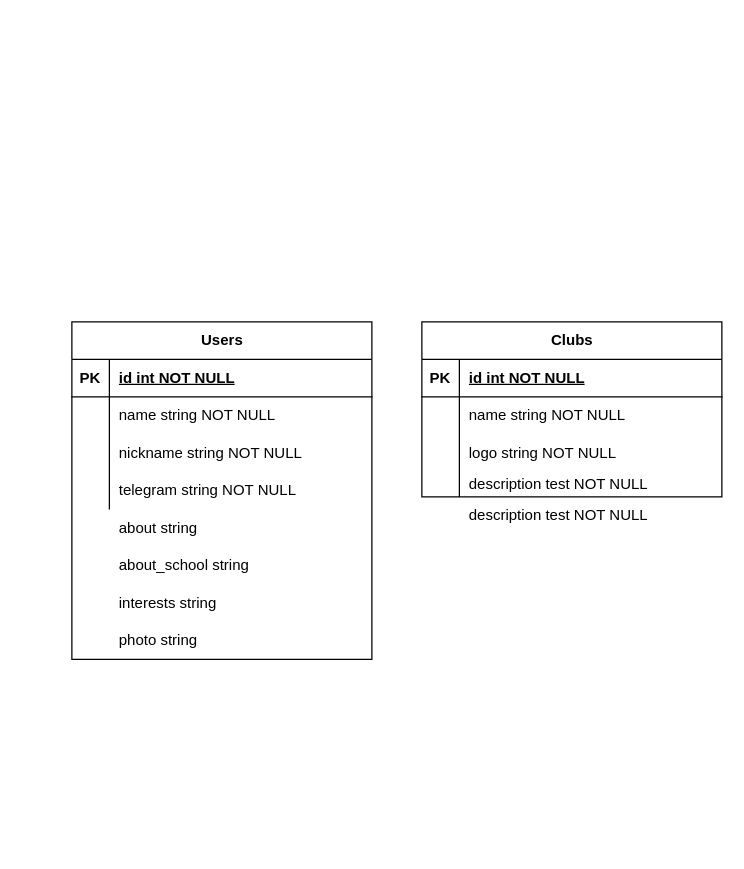
Above: Диаграмма без названия.drawio in mrsemyon/clubs (draw.io), before the change. Source tidied: cells renumbered, new cells numbered last; positions are measured from the earlier drawing's top-left corner, leaving out a move shared by most shapes. Both pictures are drawn from the tidied source at 125%, with x=0, y=0 at pixel (71, 321).
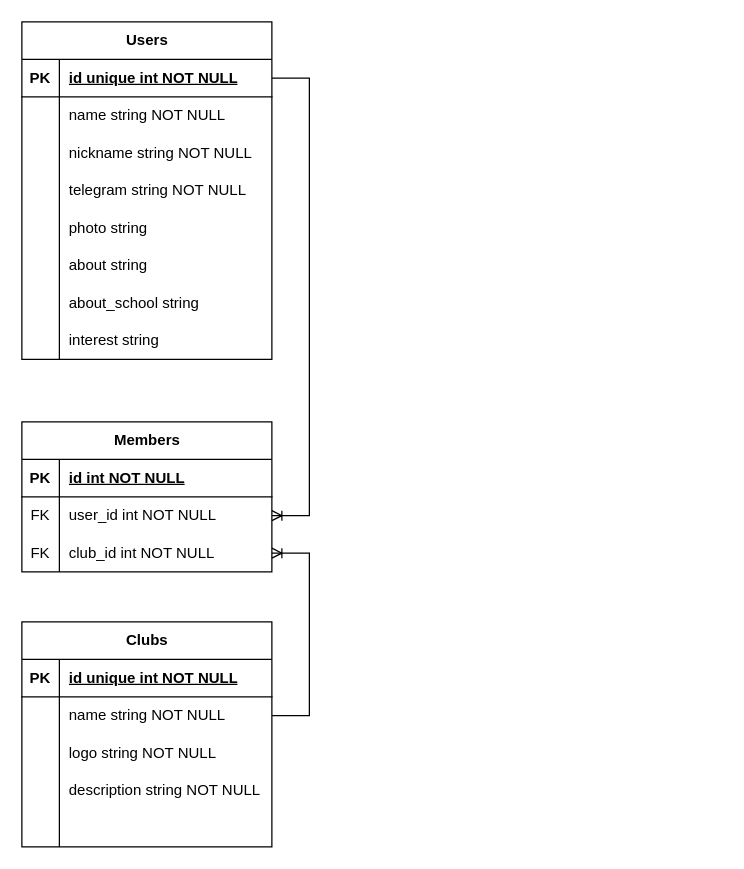
Above is the later version.

Commit message:
added table members

What changed in the source:
```diff
@@
     <mxCell id="2" value="Users" style="shape=table;startSize=30;childLayout=tableLayout;rowLines=0;fontStyle=1;align=center;html=1;" parent="1" vertex="1">
-      <mxGeometry width="240" height="270" as="geometry" />
+      <mxGeometry x="-40" y="-240" width="200" height="270" as="geometry" />
     </mxCell>
     <mxCell id="3" style="shape=tableRow;horizontal=0;startSize=0;swimlaneHead=0;swimlaneBody=0;fillColor=none;points=[[0,0.5],[1,0.5]];portConstraint=eastwest;top=0;left=0;right=0;bottom=1;" parent="2" vertex="1">
-      <mxGeometry y="30" width="240" height="30" as="geometry" />
+      <mxGeometry y="30" width="200" height="30" as="geometry" />
     </mxCell>
@@
-    <mxCell id="5" value="id int NOT NULL" style="shape=partialRectangle;fillColor=none;top=0;left=0;bottom=0;right=0;align=left;spacingLeft=6;fontStyle=5;overflow=hidden;whiteSpace=wrap;html=1;" parent="3" vertex="1">
-      <mxGeometry x="30" width="210" height="30" as="geometry" />
+    <mxCell id="5" value="id unique int NOT NULL" style="shape=partialRectangle;fillColor=none;top=0;left=0;bottom=0;right=0;align=left;spacingLeft=6;fontStyle=5;overflow=hidden;whiteSpace=wrap;html=1;" parent="3" vertex="1">
+      <mxGeometry x="30" width="170" height="30" as="geometry" />
     </mxCell>
     <mxCell id="6" style="shape=tableRow;horizontal=0;startSize=0;swimlaneHead=0;swimlaneBody=0;fillColor=none;top=0;left=0;right=0;bottom=0;" parent="2" vertex="1">
-      <mxGeometry y="60" width="240" height="30" as="geometry" />
+      <mxGeometry y="60" width="200" height="30" as="geometry" />
     </mxCell>
@@
     <mxCell id="8" value="name string NOT NULL" style="shape=partialRectangle;fillColor=none;top=0;left=0;bottom=0;right=0;align=left;spacingLeft=6;overflow=hidden;whiteSpace=wrap;html=1;" parent="6" vertex="1">
-      <mxGeometry x="30" width="210" height="30" as="geometry" />
+      <mxGeometry x="30" width="170" height="30" as="geometry" />
     </mxCell>
     <mxCell id="9" style="shape=tableRow;horizontal=0;startSize=0;swimlaneHead=0;swimlaneBody=0;fillColor=none;top=0;left=0;right=0;bottom=0;" parent="2" vertex="1">
-      <mxGeometry y="90" width="240" height="30" as="geometry" />
+      <mxGeometry y="90" width="200" height="30" as="geometry" />
     </mxCell>
@@
     <mxCell id="11" value="nickname string NOT NULL" style="shape=partialRectangle;fillColor=none;top=0;left=0;bottom=0;right=0;align=left;spacingLeft=6;overflow=hidden;whiteSpace=wrap;html=1;" parent="9" vertex="1">
-      <mxGeometry x="30" width="210" height="30" as="geometry" />
+      <mxGeometry x="30" width="170" height="30" as="geometry" />
     </mxCell>
     <mxCell id="12" style="shape=tableRow;horizontal=0;startSize=0;swimlaneHead=0;swimlaneBody=0;fillColor=none;top=0;left=0;right=0;bottom=0;" parent="2" vertex="1">
-      <mxGeometry y="120" width="240" height="30" as="geometry" />
+      <mxGeometry y="120" width="200" height="30" as="geometry" />
     </mxCell>
@@
     <mxCell id="14" value="telegram string NOT NULL" style="shape=partialRectangle;fillColor=none;top=0;left=0;bottom=0;right=0;align=left;spacingLeft=6;overflow=hidden;whiteSpace=wrap;html=1;" parent="12" vertex="1">
-      <mxGeometry x="30" width="210" height="30" as="geometry" />
+      <mxGeometry x="30" width="170" height="30" as="geometry" />
     </mxCell>
+    <mxCell id="33" style="shape=tableRow;horizontal=0;startSize=0;swimlaneHead=0;swimlaneBody=0;fillColor=none;top=0;left=0;right=0;bottom=0;" parent="2" vertex="1">
+      <mxGeometry y="150" width="200" height="30" as="geometry" />
+    </mxCell>
+    <mxCell id="34" style="shape=partialRectangle;fillColor=none;top=0;left=0;bottom=0;right=0;overflow=hidden;whiteSpace=wrap;html=1;" parent="33" vertex="1">
+      <mxGeometry width="30" height="30" as="geometry" />
+    </mxCell>
+    <mxCell id="31" value="photo string" style="shape=partialRectangle;fillColor=none;top=0;left=0;bottom=0;right=0;align=left;spacingLeft=6;overflow=hidden;whiteSpace=wrap;html=1;" parent="33" vertex="1">
+      <mxGeometry x="30" width="170" height="30" as="geometry" />
+    </mxCell>
+    <mxCell id="35" style="shape=tableRow;horizontal=0;startSize=0;swimlaneHead=0;swimlaneBody=0;fillColor=none;top=0;left=0;right=0;bottom=0;" parent="2" vertex="1">
+      <mxGeometry y="180" width="200" height="30" as="geometry" />
+    </mxCell>
+    <mxCell id="36" style="shape=partialRectangle;fillColor=none;top=0;left=0;bottom=0;right=0;overflow=hidden;whiteSpace=wrap;html=1;" parent="35" vertex="1">
+      <mxGeometry width="30" height="30" as="geometry" />
+    </mxCell>
+    <mxCell id="28" value="about string" style="shape=partialRectangle;fillColor=none;top=0;left=0;bottom=0;right=0;align=left;spacingLeft=6;overflow=hidden;whiteSpace=wrap;html=1;" parent="35" vertex="1">
+      <mxGeometry x="30" width="170" height="30" as="geometry" />
+    </mxCell>
+    <mxCell id="37" style="shape=tableRow;horizontal=0;startSize=0;swimlaneHead=0;swimlaneBody=0;fillColor=none;top=0;left=0;right=0;bottom=0;" parent="2" vertex="1">
+      <mxGeometry y="210" width="200" height="30" as="geometry" />
+    </mxCell>
+    <mxCell id="38" style="shape=partialRectangle;fillColor=none;top=0;left=0;bottom=0;right=0;overflow=hidden;whiteSpace=wrap;html=1;" parent="37" vertex="1">
+      <mxGeometry width="30" height="30" as="geometry" />
+    </mxCell>
+    <mxCell id="29" value="about_school string" style="shape=partialRectangle;fillColor=none;top=0;left=0;bottom=0;right=0;align=left;spacingLeft=6;overflow=hidden;whiteSpace=wrap;html=1;" parent="37" vertex="1">
+      <mxGeometry x="30" width="170" height="30" as="geometry" />
+    </mxCell>
+    <mxCell id="39" style="shape=tableRow;horizontal=0;startSize=0;swimlaneHead=0;swimlaneBody=0;fillColor=none;top=0;left=0;right=0;bottom=0;" parent="2" vertex="1">
+      <mxGeometry y="240" width="200" height="30" as="geometry" />
+    </mxCell>
+    <mxCell id="40" style="shape=partialRectangle;fillColor=none;top=0;left=0;bottom=0;right=0;overflow=hidden;whiteSpace=wrap;html=1;" parent="39" vertex="1">
+      <mxGeometry width="30" height="30" as="geometry" />
+    </mxCell>
+    <mxCell id="41" value="interest string" style="shape=partialRectangle;fillColor=none;top=0;left=0;bottom=0;right=0;align=left;spacingLeft=6;overflow=hidden;whiteSpace=wrap;html=1;" parent="39" vertex="1">
+      <mxGeometry x="30" width="170" height="30" as="geometry" />
+    </mxCell>
     <mxCell id="15" value="Clubs" style="shape=table;startSize=30;childLayout=tableLayout;rowLines=0;fontStyle=1;align=center;html=1;" parent="1" vertex="1">
-      <mxGeometry x="280" width="240" height="140" as="geometry" />
+      <mxGeometry x="-40" y="240" width="200" height="180" as="geometry" />
     </mxCell>
     <mxCell id="16" style="shape=tableRow;horizontal=0;startSize=0;swimlaneHead=0;swimlaneBody=0;fillColor=none;top=0;left=0;right=0;bottom=1;" parent="15" vertex="1">
-      <mxGeometry y="30" width="240" height="30" as="geometry" />
+      <mxGeometry y="30" width="200" height="30" as="geometry" />
     </mxCell>
@@
-    <mxCell id="18" value="id int NOT NULL" style="shape=partialRectangle;fillColor=none;top=0;left=0;bottom=0;right=0;align=left;spacingLeft=6;fontStyle=5;overflow=hidden;whiteSpace=wrap;html=1;" parent="16" vertex="1">
-      <mxGeometry x="30" width="210" height="30" as="geometry" />
+    <mxCell id="18" value="id unique int NOT NULL" style="shape=partialRectangle;fillColor=none;top=0;left=0;bottom=0;right=0;align=left;spacingLeft=6;fontStyle=5;overflow=hidden;whiteSpace=wrap;html=1;" parent="16" vertex="1">
+      <mxGeometry x="30" width="170" height="30" as="geometry" />
     </mxCell>
     <mxCell id="19" style="shape=tableRow;horizontal=0;startSize=0;swimlaneHead=0;swimlaneBody=0;fillColor=none;points=[[0,0.5],[1,0.5]];portConstraint=eastwest;top=0;left=0;right=0;bottom=0;" parent="15" vertex="1">
-      <mxGeometry y="60" width="240" height="30" as="geometry" />
+      <mxGeometry y="60" width="200" height="30" as="geometry" />
     </mxCell>
@@
     <mxCell id="21" value="name string NOT NULL" style="shape=partialRectangle;fillColor=none;top=0;left=0;bottom=0;right=0;align=left;spacingLeft=6;overflow=hidden;whiteSpace=wrap;html=1;" parent="19" vertex="1">
-      <mxGeometry x="30" width="210" height="30" as="geometry" />
+      <mxGeometry x="30" width="170" height="30" as="geometry" />
     </mxCell>
     <mxCell id="22" style="shape=tableRow;horizontal=0;startSize=0;swimlaneHead=0;swimlaneBody=0;fillColor=none;top=0;left=0;right=0;bottom=0;" parent="15" vertex="1">
-      <mxGeometry y="90" width="240" height="30" as="geometry" />
+      <mxGeometry y="90" width="200" height="30" as="geometry" />
     </mxCell>
@@
     <mxCell id="24" value="logo string NOT NULL" style="shape=partialRectangle;fillColor=none;top=0;left=0;bottom=0;right=0;align=left;spacingLeft=6;overflow=hidden;whiteSpace=wrap;html=1;" parent="22" vertex="1">
-      <mxGeometry x="30" width="210" height="30" as="geometry" />
+      <mxGeometry x="30" width="170" height="30" as="geometry" />
     </mxCell>
     <mxCell id="25" style="shape=tableRow;horizontal=0;startSize=0;swimlaneHead=0;swimlaneBody=0;fillColor=none;top=0;left=0;right=0;bottom=0;" parent="15" vertex="1">
-      <mxGeometry y="120" width="240" height="20" as="geometry" />
+      <mxGeometry y="120" width="200" height="30" as="geometry" />
     </mxCell>
     <mxCell id="26" style="shape=partialRectangle;fillColor=none;top=0;left=0;bottom=0;right=0;overflow=hidden;whiteSpace=wrap;html=1;" parent="25" vertex="1">
-      <mxGeometry width="30" height="20" as="geometry" />
+      <mxGeometry width="30" height="30" as="geometry" />
     </mxCell>
-    <mxCell id="27" value="description test NOT NULL" style="shape=partialRectangle;fillColor=none;top=0;left=0;bottom=0;right=0;align=left;spacingLeft=6;overflow=hidden;whiteSpace=wrap;html=1;" parent="25" vertex="1">
-      <mxGeometry x="30" width="210" height="20" as="geometry" />
+    <mxCell id="27" value="description string NOT NULL" style="shape=partialRectangle;fillColor=none;top=0;left=0;bottom=0;right=0;align=left;spacingLeft=6;overflow=hidden;whiteSpace=wrap;html=1;" parent="25" vertex="1">
+      <mxGeometry x="30" width="170" height="30" as="geometry" />
     </mxCell>
-    <mxCell id="28" value="about string" style="shape=partialRectangle;fillColor=none;top=0;left=0;bottom=0;right=0;align=left;spacingLeft=6;overflow=hidden;whiteSpace=wrap;html=1;" parent="1" vertex="1">
-      <mxGeometry x="30" y="150" width="210" height="30" as="geometry" />
-    </mxCell>
-    <mxCell id="29" value="about_school string" style="shape=partialRectangle;fillColor=none;top=0;left=0;bottom=0;right=0;align=left;spacingLeft=6;overflow=hidden;whiteSpace=wrap;html=1;" parent="1" vertex="1">
-      <mxGeometry x="30" y="180" width="210" height="30" as="geometry" />
-    </mxCell>
-    <mxCell id="30" value="interests string" style="shape=partialRectangle;fillColor=none;top=0;left=0;bottom=0;right=0;align=left;spacingLeft=6;overflow=hidden;whiteSpace=wrap;html=1;" parent="1" vertex="1">
-      <mxGeometry x="30" y="210" width="210" height="30" as="geometry" />
-    </mxCell>
-    <mxCell id="31" value="photo string" style="shape=partialRectangle;fillColor=none;top=0;left=0;bottom=0;right=0;align=left;spacingLeft=6;overflow=hidden;whiteSpace=wrap;html=1;" parent="1" vertex="1">
-      <mxGeometry x="30" y="240" width="210" height="30" as="geometry" />
-    </mxCell>
-    <mxCell id="32" value="description test NOT NULL" style="shape=partialRectangle;fillColor=none;top=0;left=0;bottom=0;right=0;align=left;spacingLeft=6;overflow=hidden;whiteSpace=wrap;html=1;" parent="1" vertex="1">
-      <mxGeometry x="310" y="140" width="210" height="30" as="geometry" />
-    </mxCell>
+    <mxCell id="42" style="shape=tableRow;horizontal=0;startSize=0;swimlaneHead=0;swimlaneBody=0;fillColor=none;top=0;left=0;right=0;bottom=0;" parent="15" vertex="1">
+      <mxGeometry y="150" width="200" height="30" as="geometry" />
+    </mxCell>
+    <mxCell id="43" style="shape=partialRectangle;fillColor=none;top=0;left=0;bottom=0;right=0;overflow=hidden;whiteSpace=wrap;html=1;" parent="42" vertex="1">
+      <mxGeometry width="30" height="30" as="geometry" />
+    </mxCell>
+    <mxCell id="44" style="shape=partialRectangle;fillColor=none;top=0;left=0;bottom=0;right=0;align=left;spacingLeft=6;overflow=hidden;whiteSpace=wrap;html=1;" parent="42" vertex="1">
+      <mxGeometry x="30" width="170" height="30" as="geometry" />
+    </mxCell>
+    <mxCell id="45" value="Members" style="shape=table;startSize=30;childLayout=tableLayout;rowLines=0;fontStyle=1;align=center;html=1;" parent="1" vertex="1">
+      <mxGeometry x="-40" y="80" width="200" height="120" as="geometry" />
+    </mxCell>
+    <mxCell id="46" style="shape=tableRow;horizontal=0;startSize=0;swimlaneHead=0;swimlaneBody=0;fillColor=none;top=0;left=0;right=0;bottom=1;" parent="45" vertex="1">
+      <mxGeometry y="30" width="200" height="30" as="geometry" />
+    </mxCell>
+    <mxCell id="47" value="PK" style="shape=partialRectangle;fillColor=none;top=0;left=0;bottom=0;right=0;fontStyle=1;overflow=hidden;whiteSpace=wrap;html=1;" parent="46" vertex="1">
+      <mxGeometry width="30" height="30" as="geometry" />
+    </mxCell>
+    <mxCell id="48" value="id int NOT NULL" style="shape=partialRectangle;fillColor=none;top=0;left=0;bottom=0;right=0;align=left;spacingLeft=6;fontStyle=5;overflow=hidden;whiteSpace=wrap;html=1;" parent="46" vertex="1">
+      <mxGeometry x="30" width="170" height="30" as="geometry" />
+    </mxCell>
+    <mxCell id="49" style="shape=tableRow;horizontal=0;startSize=0;swimlaneHead=0;swimlaneBody=0;fillColor=none;points=[[0,0.5],[1,0.5]];portConstraint=eastwest;top=0;left=0;right=0;bottom=0;" parent="45" vertex="1">
+      <mxGeometry y="60" width="200" height="30" as="geometry" />
+    </mxCell>
+    <mxCell id="50" value="FK" style="shape=partialRectangle;fillColor=none;top=0;left=0;bottom=0;right=0;overflow=hidden;whiteSpace=wrap;html=1;" parent="49" vertex="1">
+      <mxGeometry width="30" height="30" as="geometry" />
+    </mxCell>
+    <mxCell id="51" value="user_id int NOT NULL" style="shape=partialRectangle;fillColor=none;top=0;left=0;bottom=0;right=0;align=left;spacingLeft=6;overflow=hidden;whiteSpace=wrap;html=1;" parent="49" vertex="1">
+      <mxGeometry x="30" width="170" height="30" as="geometry" />
+    </mxCell>
+    <mxCell id="52" style="shape=tableRow;horizontal=0;startSize=0;swimlaneHead=0;swimlaneBody=0;fillColor=none;points=[[0,0.5],[1,0.5]];portConstraint=eastwest;top=0;left=0;right=0;bottom=0;" parent="45" vertex="1">
+      <mxGeometry y="90" width="200" height="30" as="geometry" />
+    </mxCell>
+    <mxCell id="53" value="FK" style="shape=partialRectangle;fillColor=none;top=0;left=0;bottom=0;right=0;overflow=hidden;whiteSpace=wrap;html=1;" parent="52" vertex="1">
+      <mxGeometry width="30" height="30" as="geometry" />
+    </mxCell>
+    <mxCell id="54" value="club_id int NOT NULL" style="shape=partialRectangle;fillColor=none;top=0;left=0;bottom=0;right=0;align=left;spacingLeft=6;overflow=hidden;whiteSpace=wrap;html=1;" parent="52" vertex="1">
+      <mxGeometry x="30" width="170" height="30" as="geometry" />
+    </mxCell>
+    <mxCell id="55" style="edgeStyle=entityRelationEdgeStyle;fontSize=12;html=1;endArrow=ERoneToMany;rounded=0;" parent="1" edge="1" source="19" target="52">
+      <mxGeometry relative="1" as="geometry" />
+    </mxCell>
+    <mxCell id="56" style="edgeStyle=entityRelationEdgeStyle;fontSize=12;html=1;endArrow=ERoneToMany;rounded=0;" parent="1" edge="1" source="3" target="49">
+      <mxGeometry relative="1" as="geometry" />
+    </mxCell>
```
